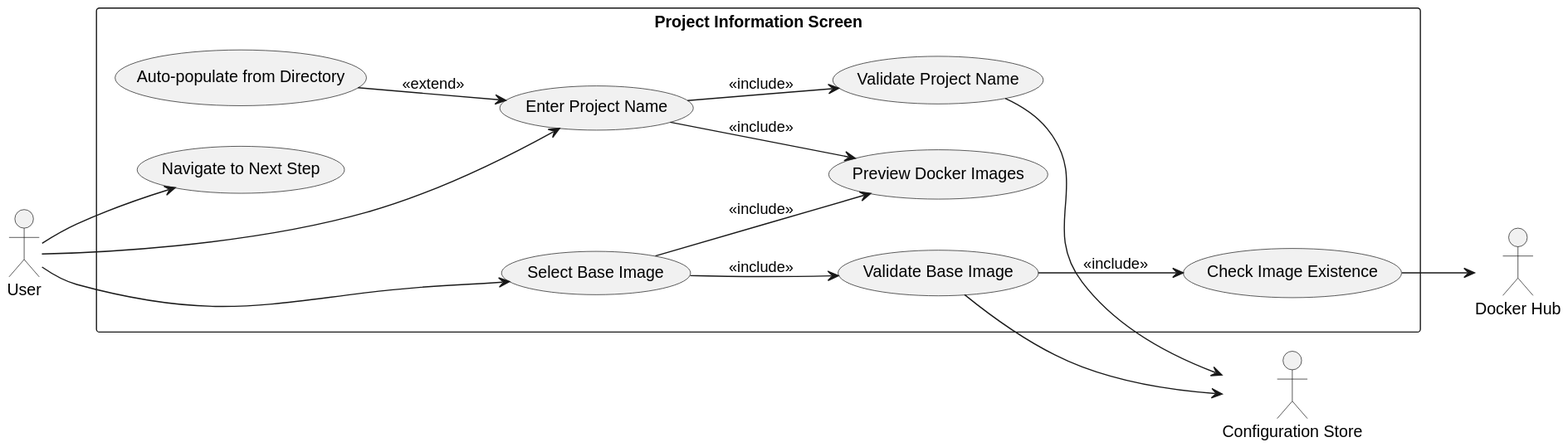
Above: context/plans/gui/screens/sc-3/figures/sc3/use-cases.svg in igamenovoer/PeiDocker (PlantUML), before the change. Its diagram source:
```plantuml
@startuml
left to right direction
actor "User" as user
actor "Docker Hub" as hub
actor "Configuration Store" as config

rectangle "Project Information Screen" {
  usecase "Enter Project Name" as UC1
  usecase "Select Base Image" as UC2
  usecase "Validate Project Name" as UC3
  usecase "Validate Base Image" as UC4
  usecase "Preview Docker Images" as UC5
  usecase "Check Image Existence" as UC6
  usecase "Auto-populate from Directory" as UC7
  usecase "Navigate to Next Step" as UC8
}

user --> UC1
user --> UC2
user --> UC8
UC1 --> UC3 : <<include>>
UC2 --> UC4 : <<include>>
UC1 --> UC5 : <<include>>
UC2 --> UC5 : <<include>>
UC4 --> UC6 : <<include>>
UC3 --> config
UC4 --> config
UC6 --> hub
UC7 --> UC1 : <<extend>>
@enduml
```
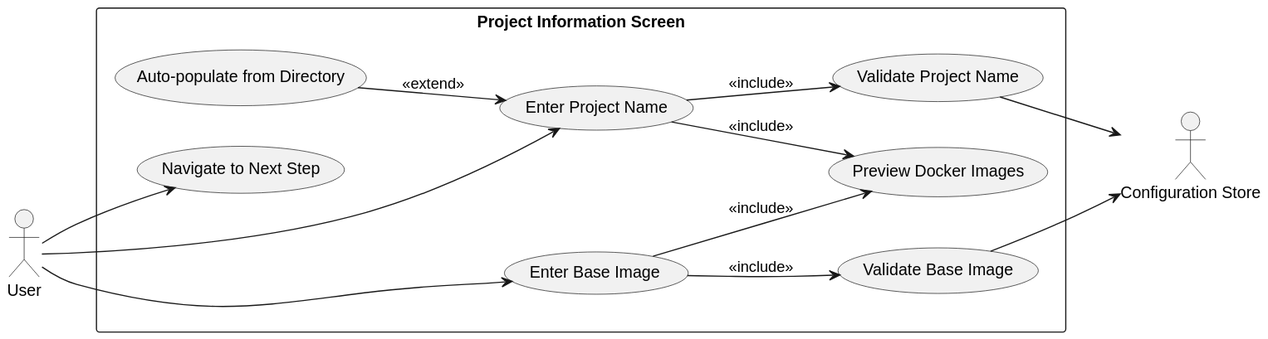
The same diagram one commit later.

The edit, as a diff of the source:
```diff
@@ -1,16 +1,14 @@
 @startuml
 left to right direction
 actor "User" as user
-actor "Docker Hub" as hub
 actor "Configuration Store" as config
 
 rectangle "Project Information Screen" {
   usecase "Enter Project Name" as UC1
-  usecase "Select Base Image" as UC2
+  usecase "Enter Base Image" as UC2
   usecase "Validate Project Name" as UC3
   usecase "Validate Base Image" as UC4
   usecase "Preview Docker Images" as UC5
-  usecase "Check Image Existence" as UC6
   usecase "Auto-populate from Directory" as UC7
   usecase "Navigate to Next Step" as UC8
 }
@@ -22,9 +20,7 @@
 UC2 --> UC4 : <<include>>
 UC1 --> UC5 : <<include>>
 UC2 --> UC5 : <<include>>
-UC4 --> UC6 : <<include>>
 UC3 --> config
 UC4 --> config
-UC6 --> hub
 UC7 --> UC1 : <<extend>>
 @enduml
```
